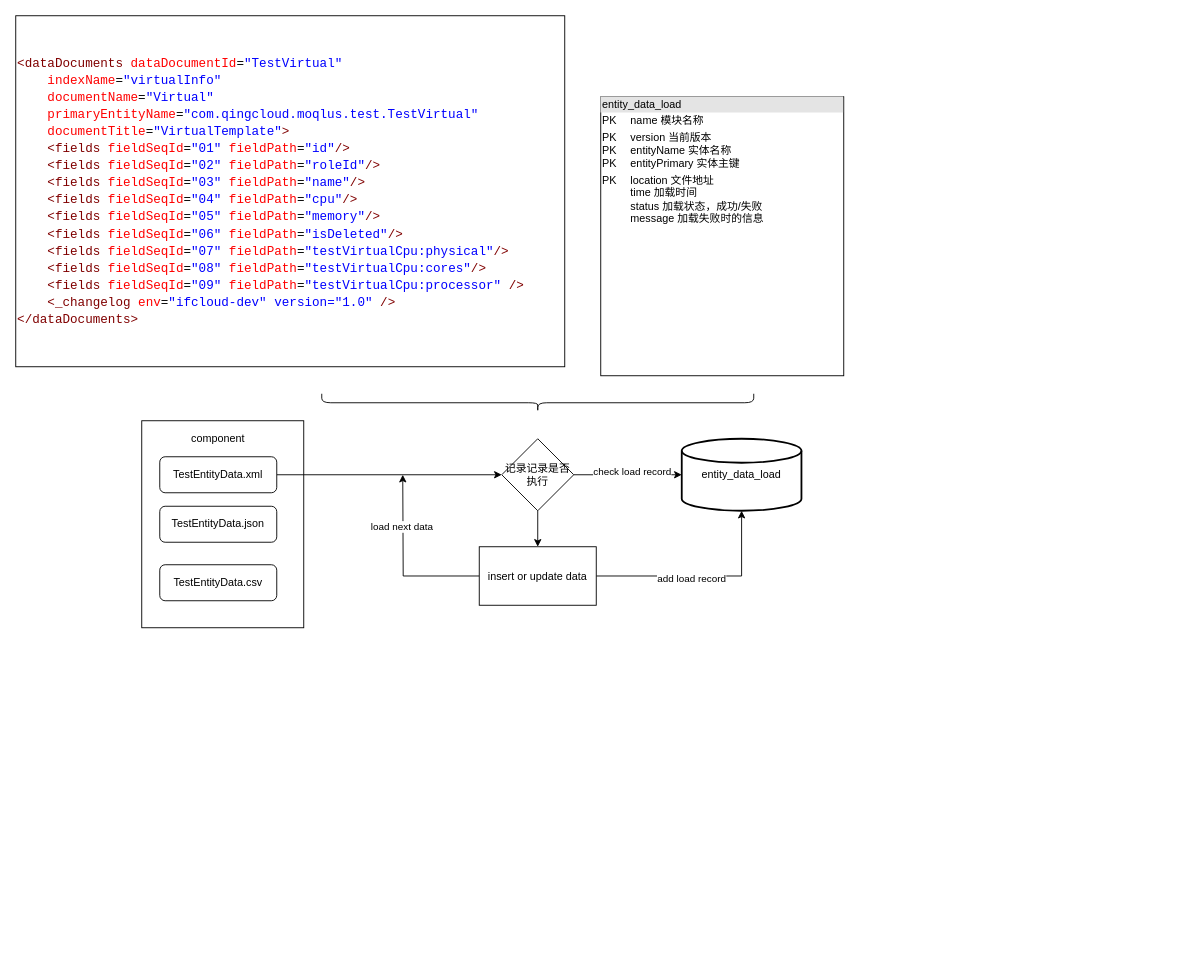
jiangliuhong/drawdb keeps this draw.io diagram as yunify/component-init-data.drawio. Above is the earlier version. Source tidied: cells renumbered, new cells numbered last; positions are measured from the earlier drawing's top-left corner, leaving out a move shared by most shapes. Both pictures are drawn from the tidied source at 90%, with x=0, y=0 at pixel (15, 15).
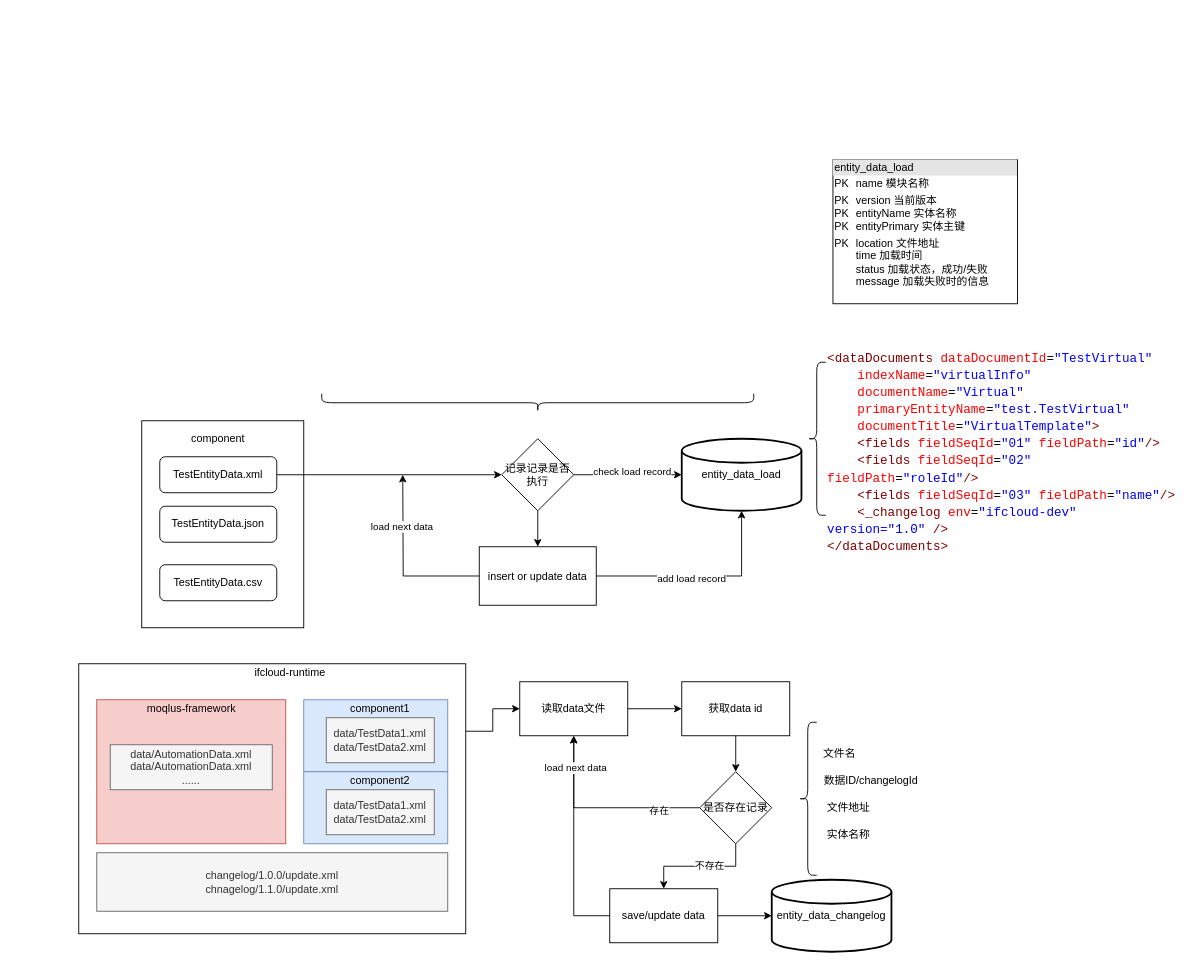
Above is the later version.

Diff of the diagram source:
```diff
@@
+    <mxCell id="22" style="edgeStyle=orthogonalEdgeStyle;rounded=0;jettySize=auto;html=1;exitX=1;exitY=0.25;exitDx=0;exitDy=0;" parent="1" edge="1" source="23" target="37">
+      <mxGeometry relative="1" as="geometry" />
+    </mxCell>
+    <mxCell id="23" style="rounded=0;whiteSpace=wrap;html=1;" parent="1" vertex="1">
+      <mxGeometry x="70" y="720" width="430" height="300" as="geometry" />
+    </mxCell>
@@
-    <mxCell id="5" value="&lt;div style=&quot;background-color: rgb(255 , 255 , 255) ; font-family: &amp;#34;consolas&amp;#34; , &amp;#34;courier new&amp;#34; , monospace ; font-size: 14px ; line-height: 19px&quot;&gt;&lt;div&gt;&lt;span style=&quot;color: #800000&quot;&gt;&amp;lt;dataDocuments&lt;/span&gt; &lt;span style=&quot;color: #ff0000&quot;&gt;dataDocumentId&lt;/span&gt;=&lt;span style=&quot;color: #0000ff&quot;&gt;&quot;TestVirtual&quot;&lt;/span&gt; &lt;/div&gt;&lt;div&gt;&amp;nbsp; &amp;nbsp; &lt;span style=&quot;color: #ff0000&quot;&gt;indexName&lt;/span&gt;=&lt;span style=&quot;color: #0000ff&quot;&gt;&quot;virtualInfo&quot;&amp;nbsp;&lt;/span&gt;&lt;/div&gt;&lt;div&gt;&amp;nbsp; &amp;nbsp; &lt;span style=&quot;color: #ff0000&quot;&gt;documentName&lt;/span&gt;=&lt;span style=&quot;color: #0000ff&quot;&gt;&quot;Virtual&quot;&lt;/span&gt;&lt;/div&gt;&lt;div&gt;&amp;nbsp; &amp;nbsp; &lt;span style=&quot;color: #ff0000&quot;&gt;primaryEntityName&lt;/span&gt;=&lt;span style=&quot;color: #0000ff&quot;&gt;&quot;com.qingcloud.moqlus.test.TestVirtual&quot;&lt;/span&gt; &lt;/div&gt;&lt;div&gt;&amp;nbsp; &amp;nbsp; &lt;span style=&quot;color: #ff0000&quot;&gt;documentTitle&lt;/span&gt;=&lt;span style=&quot;color: #0000ff&quot;&gt;&quot;VirtualTemplate&quot;&lt;/span&gt;&lt;span style=&quot;color: #800000&quot;&gt;&amp;gt;&lt;/span&gt;&lt;/div&gt;&lt;div&gt;&amp;nbsp; &amp;nbsp; &lt;span style=&quot;color: #800000&quot;&gt;&amp;lt;fields&lt;/span&gt; &lt;span style=&quot;color: #ff0000&quot;&gt;fieldSeqId&lt;/span&gt;=&lt;span style=&quot;color: #0000ff&quot;&gt;&quot;01&quot;&lt;/span&gt; &lt;span style=&quot;color: #ff0000&quot;&gt;fieldPath&lt;/span&gt;=&lt;span style=&quot;color: #0000ff&quot;&gt;&quot;id&quot;&lt;/span&gt;&lt;span style=&quot;color: #800000&quot;&gt;/&amp;gt;&lt;/span&gt;&lt;/div&gt;&lt;div&gt;&amp;nbsp; &amp;nbsp; &lt;span style=&quot;color: #800000&quot;&gt;&amp;lt;fields&lt;/span&gt; &lt;span style=&quot;color: #ff0000&quot;&gt;fieldSeqId&lt;/span&gt;=&lt;span style=&quot;color: #0000ff&quot;&gt;&quot;02&quot;&lt;/span&gt; &lt;span style=&quot;color: #ff0000&quot;&gt;fieldPath&lt;/span&gt;=&lt;span style=&quot;color: #0000ff&quot;&gt;&quot;roleId&quot;&lt;/span&gt;&lt;span style=&quot;color: #800000&quot;&gt;/&amp;gt;&lt;/span&gt;&lt;/div&gt;&lt;div&gt;&amp;nbsp; &amp;nbsp; &lt;span style=&quot;color: #800000&quot;&gt;&amp;lt;fields&lt;/span&gt; &lt;span style=&quot;color: #ff0000&quot;&gt;fieldSeqId&lt;/span&gt;=&lt;span style=&quot;color: #0000ff&quot;&gt;&quot;03&quot;&lt;/span&gt; &lt;span style=&quot;color: #ff0000&quot;&gt;fieldPath&lt;/span&gt;=&lt;span style=&quot;color: #0000ff&quot;&gt;&quot;name&quot;&lt;/span&gt;&lt;span style=&quot;color: #800000&quot;&gt;/&amp;gt;&lt;/span&gt;&lt;/div&gt;&lt;div&gt;&amp;nbsp; &amp;nbsp; &lt;span style=&quot;color: #800000&quot;&gt;&amp;lt;fields&lt;/span&gt; &lt;span style=&quot;color: #ff0000&quot;&gt;fieldSeqId&lt;/span&gt;=&lt;span style=&quot;color: #0000ff&quot;&gt;&quot;04&quot;&lt;/span&gt; &lt;span style=&quot;color: #ff0000&quot;&gt;fieldPath&lt;/span&gt;=&lt;span style=&quot;color: #0000ff&quot;&gt;&quot;cpu&quot;&lt;/span&gt;&lt;span style=&quot;color: #800000&quot;&gt;/&amp;gt;&lt;/span&gt;&lt;/div&gt;&lt;div&gt;&amp;nbsp; &amp;nbsp; &lt;span style=&quot;color: #800000&quot;&gt;&amp;lt;fields&lt;/span&gt; &lt;span style=&quot;color: #ff0000&quot;&gt;fieldSeqId&lt;/span&gt;=&lt;span style=&quot;color: #0000ff&quot;&gt;&quot;05&quot;&lt;/span&gt; &lt;span style=&quot;color: #ff0000&quot;&gt;fieldPath&lt;/span&gt;=&lt;span style=&quot;color: #0000ff&quot;&gt;&quot;memory&quot;&lt;/span&gt;&lt;span style=&quot;color: #800000&quot;&gt;/&amp;gt;&lt;/span&gt;&lt;/div&gt;&lt;div&gt;&amp;nbsp; &amp;nbsp; &lt;span style=&quot;color: #800000&quot;&gt;&amp;lt;fields&lt;/span&gt; &lt;span style=&quot;color: #ff0000&quot;&gt;fieldSeqId&lt;/span&gt;=&lt;span style=&quot;color: #0000ff&quot;&gt;&quot;06&quot;&lt;/span&gt; &lt;span style=&quot;color: #ff0000&quot;&gt;fieldPath&lt;/span&gt;=&lt;span style=&quot;color: #0000ff&quot;&gt;&quot;isDeleted&quot;&lt;/span&gt;&lt;span style=&quot;color: #800000&quot;&gt;/&amp;gt;&lt;/span&gt;&lt;/div&gt;&lt;div&gt;&amp;nbsp; &amp;nbsp; &lt;span style=&quot;color: #800000&quot;&gt;&amp;lt;fields&lt;/span&gt; &lt;span style=&quot;color: #ff0000&quot;&gt;fieldSeqId&lt;/span&gt;=&lt;span style=&quot;color: #0000ff&quot;&gt;&quot;07&quot;&lt;/span&gt; &lt;span style=&quot;color: #ff0000&quot;&gt;fieldPath&lt;/span&gt;=&lt;span style=&quot;color: #0000ff&quot;&gt;&quot;testVirtualCpu:physical&quot;&lt;/span&gt;&lt;span style=&quot;color: #800000&quot;&gt;/&amp;gt;&lt;/span&gt;&lt;/div&gt;&lt;div&gt;&amp;nbsp; &amp;nbsp; &lt;span style=&quot;color: #800000&quot;&gt;&amp;lt;fields&lt;/span&gt; &lt;span style=&quot;color: #ff0000&quot;&gt;fieldSeqId&lt;/span&gt;=&lt;span style=&quot;color: #0000ff&quot;&gt;&quot;08&quot;&lt;/span&gt; &lt;span style=&quot;color: #ff0000&quot;&gt;fieldPath&lt;/span&gt;=&lt;span style=&quot;color: #0000ff&quot;&gt;&quot;testVirtualCpu:cores&quot;&lt;/span&gt;&lt;span style=&quot;color: #800000&quot;&gt;/&amp;gt;&lt;/span&gt;&lt;/div&gt;&lt;div&gt;&amp;nbsp; &amp;nbsp; &lt;span style=&quot;color: #800000&quot;&gt;&amp;lt;fields&lt;/span&gt; &lt;span style=&quot;color: #ff0000&quot;&gt;fieldSeqId&lt;/span&gt;=&lt;span style=&quot;color: #0000ff&quot;&gt;&quot;09&quot;&lt;/span&gt; &lt;span style=&quot;color: #ff0000&quot;&gt;fieldPath&lt;/span&gt;=&lt;span style=&quot;color: #0000ff&quot;&gt;&quot;testVirtualCpu:processor&quot;&amp;nbsp;&lt;/span&gt;&lt;font color=&quot;#800000&quot;&gt;/&amp;gt;&lt;/font&gt;&lt;/div&gt;&lt;div&gt;&lt;div style=&quot;font-family: &amp;#34;consolas&amp;#34; , &amp;#34;courier new&amp;#34; , monospace ; line-height: 19px&quot;&gt;&amp;nbsp; &amp;nbsp; &lt;span style=&quot;color: #800000&quot;&gt;&amp;lt;_changelog&lt;/span&gt;&amp;nbsp;&lt;span style=&quot;color: #ff0000&quot;&gt;env&lt;/span&gt;=&lt;span style=&quot;color: #0000ff&quot;&gt;&quot;ifcloud-dev&quot; version=&quot;1.0&quot;&amp;nbsp;&lt;/span&gt;&lt;span style=&quot;color: #800000&quot;&gt;/&amp;gt;&lt;/span&gt;&lt;/div&gt;&lt;/div&gt;&lt;div&gt;&lt;span style=&quot;color: #800000&quot;&gt;&amp;lt;/dataDocuments&amp;gt;&lt;/span&gt;&lt;/div&gt;&lt;/div&gt;" style="rounded=0;whiteSpace=wrap;html=1;align=left;" parent="1" vertex="1">
-      <mxGeometry width="610" height="390" as="geometry" />
+    <mxCell id="5" value="&lt;div style=&quot;background-color: rgb(255 , 255 , 255) ; font-family: &amp;#34;consolas&amp;#34; , &amp;#34;courier new&amp;#34; , monospace ; font-size: 14px ; line-height: 19px&quot;&gt;&lt;div&gt;&lt;span style=&quot;color: #800000&quot;&gt;&amp;lt;dataDocuments&lt;/span&gt; &lt;span style=&quot;color: #ff0000&quot;&gt;dataDocumentId&lt;/span&gt;=&lt;span style=&quot;color: #0000ff&quot;&gt;&quot;TestVirtual&quot;&lt;/span&gt; &lt;/div&gt;&lt;div&gt;&amp;nbsp; &amp;nbsp; &lt;span style=&quot;color: #ff0000&quot;&gt;indexName&lt;/span&gt;=&lt;span style=&quot;color: #0000ff&quot;&gt;&quot;virtualInfo&quot;&amp;nbsp;&lt;/span&gt;&lt;/div&gt;&lt;div&gt;&amp;nbsp; &amp;nbsp; &lt;span style=&quot;color: #ff0000&quot;&gt;documentName&lt;/span&gt;=&lt;span style=&quot;color: #0000ff&quot;&gt;&quot;Virtual&quot;&lt;/span&gt;&lt;/div&gt;&lt;div&gt;&amp;nbsp; &amp;nbsp; &lt;span style=&quot;color: #ff0000&quot;&gt;primaryEntityName&lt;/span&gt;=&lt;span style=&quot;color: #0000ff&quot;&gt;&quot;test.TestVirtual&quot;&lt;/span&gt; &lt;/div&gt;&lt;div&gt;&amp;nbsp; &amp;nbsp; &lt;span style=&quot;color: #ff0000&quot;&gt;documentTitle&lt;/span&gt;=&lt;span style=&quot;color: #0000ff&quot;&gt;&quot;VirtualTemplate&quot;&lt;/span&gt;&lt;span style=&quot;color: #800000&quot;&gt;&amp;gt;&lt;/span&gt;&lt;/div&gt;&lt;div&gt;&amp;nbsp; &amp;nbsp; &lt;span style=&quot;color: #800000&quot;&gt;&amp;lt;fields&lt;/span&gt; &lt;span style=&quot;color: #ff0000&quot;&gt;fieldSeqId&lt;/span&gt;=&lt;span style=&quot;color: #0000ff&quot;&gt;&quot;01&quot;&lt;/span&gt; &lt;span style=&quot;color: #ff0000&quot;&gt;fieldPath&lt;/span&gt;=&lt;span style=&quot;color: #0000ff&quot;&gt;&quot;id&quot;&lt;/span&gt;&lt;span style=&quot;color: #800000&quot;&gt;/&amp;gt;&lt;/span&gt;&lt;/div&gt;&lt;div&gt;&amp;nbsp; &amp;nbsp; &lt;span style=&quot;color: #800000&quot;&gt;&amp;lt;fields&lt;/span&gt; &lt;span style=&quot;color: #ff0000&quot;&gt;fieldSeqId&lt;/span&gt;=&lt;span style=&quot;color: #0000ff&quot;&gt;&quot;02&quot;&lt;/span&gt; &lt;span style=&quot;color: #ff0000&quot;&gt;fieldPath&lt;/span&gt;=&lt;span style=&quot;color: #0000ff&quot;&gt;&quot;roleId&quot;&lt;/span&gt;&lt;span style=&quot;color: #800000&quot;&gt;/&amp;gt;&lt;/span&gt;&lt;/div&gt;&lt;div&gt;&amp;nbsp; &amp;nbsp; &lt;span style=&quot;color: #800000&quot;&gt;&amp;lt;fields&lt;/span&gt; &lt;span style=&quot;color: #ff0000&quot;&gt;fieldSeqId&lt;/span&gt;=&lt;span style=&quot;color: #0000ff&quot;&gt;&quot;03&quot;&lt;/span&gt; &lt;span style=&quot;color: #ff0000&quot;&gt;fieldPath&lt;/span&gt;=&lt;span style=&quot;color: #0000ff&quot;&gt;&quot;name&quot;&lt;/span&gt;&lt;span style=&quot;color: #800000&quot;&gt;/&amp;gt;&lt;/span&gt;&lt;/div&gt;&lt;div&gt;&lt;div style=&quot;font-family: &amp;#34;consolas&amp;#34; , &amp;#34;courier new&amp;#34; , monospace ; line-height: 19px&quot;&gt;&amp;nbsp; &amp;nbsp; &lt;span style=&quot;color: #800000&quot;&gt;&amp;lt;_changelog&lt;/span&gt;&amp;nbsp;&lt;span style=&quot;color: #ff0000&quot;&gt;env&lt;/span&gt;=&lt;span style=&quot;color: #0000ff&quot;&gt;&quot;ifcloud-dev&quot; version=&quot;1.0&quot;&amp;nbsp;&lt;/span&gt;&lt;span style=&quot;color: #800000&quot;&gt;/&amp;gt;&lt;/span&gt;&lt;/div&gt;&lt;/div&gt;&lt;div&gt;&lt;span style=&quot;color: #800000&quot;&gt;&amp;lt;/dataDocuments&amp;gt;&lt;/span&gt;&lt;/div&gt;&lt;/div&gt;" style="rounded=0;whiteSpace=wrap;html=1;align=left;strokeColor=none;fillColor=none;" parent="1" vertex="1">
+      <mxGeometry x="900" y="360" width="400" height="250" as="geometry" />
     </mxCell>
     <mxCell id="6" value="&lt;div style=&quot;box-sizing: border-box ; width: 100% ; background: #e4e4e4 ; padding: 2px&quot;&gt;entity_data_load&lt;/div&gt;&lt;table style=&quot;width: 100% ; font-size: 1em&quot; cellpadding=&quot;2&quot; cellspacing=&quot;0&quot;&gt;&lt;tbody&gt;&lt;tr&gt;&lt;td&gt;PK&lt;/td&gt;&lt;td&gt;name 模块名称&lt;/td&gt;&lt;/tr&gt;&lt;tr&gt;&lt;td&gt;PK&lt;br&gt;PK&lt;br&gt;PK&lt;br&gt;&lt;/td&gt;&lt;td&gt;version 当前版本&lt;br&gt;entityName 实体名称&lt;br&gt;entityPrimary 实体主键&lt;/td&gt;&lt;/tr&gt;&lt;tr&gt;&lt;td&gt;PK&lt;br&gt;&lt;br&gt;&lt;br&gt;&lt;br&gt;&lt;br&gt;&lt;/td&gt;&lt;td&gt;location 文件地址&lt;br&gt;time 加载时间&lt;br&gt;status 加载状态，成功/失败&lt;br&gt;message 加载失败时的信息&lt;br&gt;&lt;br&gt;&lt;/td&gt;&lt;/tr&gt;&lt;/tbody&gt;&lt;/table&gt;" style="verticalAlign=top;align=left;overflow=fill;html=1;" parent="1" vertex="1">
-      <mxGeometry x="650" y="90" width="270" height="310" as="geometry" />
+      <mxGeometry x="908" y="160" width="205" height="160" as="geometry" />
     </mxCell>
@@
+    <mxCell id="24" style="rounded=0;whiteSpace=wrap;html=1;fillColor=#dae8fc;strokeColor=#6c8ebf;" parent="1" vertex="1">
+      <mxGeometry x="320" y="760" width="160" height="80" as="geometry" />
+    </mxCell>
+    <mxCell id="25" value="component1" style="text;html=1;strokeColor=none;fillColor=none;align=center;verticalAlign=middle;whiteSpace=wrap;rounded=0;" parent="1" vertex="1">
+      <mxGeometry x="355" y="760" width="100" height="20" as="geometry" />
+    </mxCell>
+    <mxCell id="26" value="data/TestData1.xml&lt;br&gt;data/TestData2.xml" style="rounded=0;whiteSpace=wrap;html=1;align=center;fillColor=#f5f5f5;strokeColor=#666666;fontColor=#333333;" parent="1" vertex="1">
+      <mxGeometry x="345" y="780" width="120" height="50" as="geometry" />
+    </mxCell>
+    <mxCell id="27" style="rounded=0;whiteSpace=wrap;html=1;fillColor=#dae8fc;strokeColor=#6c8ebf;" parent="1" vertex="1">
+      <mxGeometry x="320" y="840" width="160" height="80" as="geometry" />
+    </mxCell>
+    <mxCell id="28" value="component2" style="text;html=1;strokeColor=none;fillColor=none;align=center;verticalAlign=middle;whiteSpace=wrap;rounded=0;" parent="1" vertex="1">
+      <mxGeometry x="355" y="840" width="100" height="20" as="geometry" />
+    </mxCell>
+    <mxCell id="29" value="data/TestData1.xml&lt;br&gt;data/TestData2.xml" style="rounded=0;whiteSpace=wrap;html=1;align=center;fillColor=#f5f5f5;strokeColor=#666666;fontColor=#333333;" parent="1" vertex="1">
+      <mxGeometry x="345" y="860" width="120" height="50" as="geometry" />
+    </mxCell>
+    <mxCell id="30" value="ifcloud-runtime" style="text;html=1;strokeColor=none;fillColor=none;align=center;verticalAlign=middle;whiteSpace=wrap;rounded=0;" parent="1" vertex="1">
+      <mxGeometry x="255" y="720" width="100" height="20" as="geometry" />
+    </mxCell>
+    <mxCell id="31" value="changelog/1.0.0/update.xml&lt;br&gt;chnagelog/1.1.0/update.xml" style="rounded=0;whiteSpace=wrap;html=1;align=center;fillColor=#f5f5f5;strokeColor=#666666;fontColor=#333333;" parent="1" vertex="1">
+      <mxGeometry x="90" y="930" width="390" height="65" as="geometry" />
+    </mxCell>
+    <mxCell id="32" style="rounded=0;whiteSpace=wrap;html=1;fillColor=#f8cecc;strokeColor=#b85450;" parent="1" vertex="1">
+      <mxGeometry x="90" y="760" width="210" height="160" as="geometry" />
+    </mxCell>
+    <mxCell id="33" value="moqlus-framework" style="text;html=1;align=center;verticalAlign=middle;strokeColor=none;" parent="1" vertex="1">
+      <mxGeometry x="140" y="760" width="110" height="20" as="geometry" />
+    </mxCell>
+    <mxCell id="34" value="data/AutomationData.xml&lt;br&gt;data/AutomationData.xml&lt;br&gt;......" style="rounded=0;whiteSpace=wrap;html=1;align=center;fillColor=#f5f5f5;strokeColor=#666666;fontColor=#333333;" parent="1" vertex="1">
+      <mxGeometry x="105" y="810" width="180" height="50" as="geometry" />
+    </mxCell>
+    <mxCell id="35" style="shape=curlyBracket;whiteSpace=wrap;html=1;rounded=1;align=center;" parent="1" vertex="1">
+      <mxGeometry x="880" y="385" width="20" height="170" as="geometry" />
+    </mxCell>
+    <mxCell id="36" style="edgeStyle=orthogonalEdgeStyle;rounded=0;jettySize=auto;html=1;" parent="1" edge="1" source="37" target="39">
+      <mxGeometry relative="1" as="geometry" />
+    </mxCell>
+    <mxCell id="37" value="读取data文件" style="rounded=0;whiteSpace=wrap;html=1;fillColor=none;align=center;" parent="1" vertex="1">
+      <mxGeometry x="560" y="740" width="120" height="60" as="geometry" />
+    </mxCell>
+    <mxCell id="38" style="edgeStyle=orthogonalEdgeStyle;rounded=0;jettySize=auto;html=1;exitX=0.5;exitY=1;exitDx=0;exitDy=0;entryX=0.5;entryY=0;entryDx=0;entryDy=0;" parent="1" edge="1" source="39" target="44">
+      <mxGeometry relative="1" as="geometry" />
+    </mxCell>
+    <mxCell id="39" value="获取data id" style="rounded=0;whiteSpace=wrap;html=1;fillColor=none;align=center;" parent="1" vertex="1">
+      <mxGeometry x="740" y="740" width="120" height="60" as="geometry" />
+    </mxCell>
+    <mxCell id="40" style="edgeStyle=orthogonalEdgeStyle;rounded=0;jettySize=auto;html=1;exitX=0.5;exitY=1;exitDx=0;exitDy=0;" parent="1" edge="1" source="44" target="54">
+      <mxGeometry relative="1" as="geometry" />
+    </mxCell>
+    <mxCell id="41" value="不存在" style="edgeLabel;html=1;align=center;verticalAlign=middle;" parent="40" vertex="1">
+      <mxGeometry x="-0.15" y="-1" relative="1" as="geometry" />
+    </mxCell>
+    <mxCell id="42" style="edgeStyle=orthogonalEdgeStyle;rounded=0;jettySize=auto;html=1;exitX=0;exitY=0.5;exitDx=0;exitDy=0;entryX=0.5;entryY=1;entryDx=0;entryDy=0;" parent="1" edge="1" source="44" target="37">
+      <mxGeometry relative="1" as="geometry" />
+    </mxCell>
+    <mxCell id="43" value="存在" style="edgeLabel;html=1;align=center;verticalAlign=middle;" parent="42" vertex="1">
+      <mxGeometry x="-0.58" y="2" relative="1" as="geometry" />
+    </mxCell>
+    <mxCell id="44" value="是否存在记录" style="rhombus;whiteSpace=wrap;html=1;" parent="1" vertex="1">
+      <mxGeometry x="760" y="840" width="80" height="80" as="geometry" />
+    </mxCell>
+    <mxCell id="45" style="shape=curlyBracket;whiteSpace=wrap;html=1;rounded=1;align=center;" parent="1" vertex="1">
+      <mxGeometry x="870" y="785" width="20" height="170" as="geometry" />
+    </mxCell>
+    <mxCell id="46" value="文件名" style="text;html=1;align=center;verticalAlign=middle;strokeColor=none;" parent="1" vertex="1">
+      <mxGeometry x="890" y="810" width="50" height="20" as="geometry" />
+    </mxCell>
+    <mxCell id="47" value="数据ID/changelogId" style="text;html=1;align=center;verticalAlign=middle;strokeColor=none;" parent="1" vertex="1">
+      <mxGeometry x="890" y="840" width="120" height="20" as="geometry" />
+    </mxCell>
+    <mxCell id="48" value="文件地址" style="text;html=1;align=center;verticalAlign=middle;strokeColor=none;" parent="1" vertex="1">
+      <mxGeometry x="895" y="870" width="60" height="20" as="geometry" />
+    </mxCell>
+    <mxCell id="49" value="实体名称" style="text;html=1;align=center;verticalAlign=middle;strokeColor=none;" parent="1" vertex="1">
+      <mxGeometry x="895" y="900" width="60" height="20" as="geometry" />
+    </mxCell>
+    <mxCell id="50" value="&lt;div style=&quot;text-align: left&quot;&gt;&lt;span&gt;entity_data_changelog&lt;/span&gt;&lt;/div&gt;" style="strokeWidth=2;html=1;shape=mxgraph.flowchart.database;whiteSpace=wrap;" parent="1" vertex="1">
+      <mxGeometry x="840" y="960" width="133" height="80" as="geometry" />
+    </mxCell>
+    <mxCell id="51" style="edgeStyle=orthogonalEdgeStyle;rounded=0;jettySize=auto;html=1;exitX=1;exitY=0.5;exitDx=0;exitDy=0;entryX=0;entryY=0.5;entryDx=0;entryDy=0;entryPerimeter=0;" parent="1" edge="1" source="54" target="50">
+      <mxGeometry relative="1" as="geometry" />
+    </mxCell>
+    <mxCell id="52" style="edgeStyle=orthogonalEdgeStyle;rounded=0;jettySize=auto;html=1;exitX=0;exitY=0.5;exitDx=0;exitDy=0;entryX=0.5;entryY=1;entryDx=0;entryDy=0;" parent="1" edge="1" source="54" target="37">
+      <mxGeometry relative="1" as="geometry" />
+    </mxCell>
+    <mxCell id="53" value="load next data" style="edgeLabel;html=1;align=center;verticalAlign=middle;" parent="52" vertex="1">
+      <mxGeometry x="0.71" y="-1" relative="1" as="geometry" />
+    </mxCell>
+    <mxCell id="54" value="save/update data" style="rounded=0;whiteSpace=wrap;html=1;fillColor=none;align=center;" parent="1" vertex="1">
+      <mxGeometry x="660" y="970" width="120" height="60" as="geometry" />
+    </mxCell>
```
